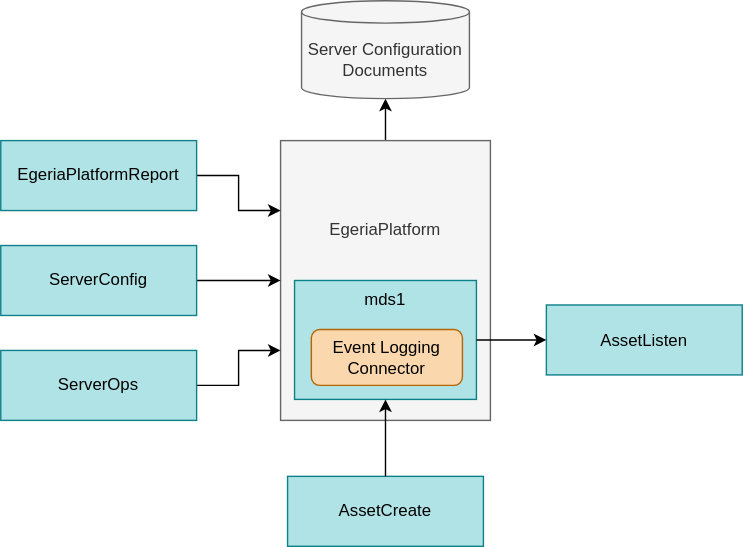
The draw.io diagram site/docs/education/egeria-dojo/developer/developer-dojo-architecture-5.svg in odpi/egeria-docs, before a commit. Source tidied: cells renumbered, new cells last; positions are measured from the earlier drawing's top-left corner, leaving out a move shared by most shapes. The source it was exported from:
```xml
<mxGraphModel>
  <root>
    <mxCell id="0" />
    <mxCell id="1" parent="0" />
    <mxCell id="2" value="AssetListen" style="rounded=0;whiteSpace=wrap;html=1;fillColor=#b0e3e6;strokeColor=#0e8088;" parent="1" vertex="1">
      <mxGeometry x="390" y="217.5" width="140" height="50" as="geometry" />
    </mxCell>
    <mxCell id="3" value="AssetCreate" style="rounded=0;whiteSpace=wrap;html=1;fillColor=#b0e3e6;strokeColor=#0e8088;" parent="1" vertex="1">
      <mxGeometry x="205" y="340" width="140" height="50" as="geometry" />
    </mxCell>
    <mxCell id="4" style="edgeStyle=orthogonalEdgeStyle;rounded=0;jettySize=auto;html=1;exitX=0.5;exitY=0;exitDx=0;exitDy=0;" parent="1" edge="1" source="5" target="13">
      <mxGeometry relative="1" as="geometry" />
    </mxCell>
    <mxCell id="5" value="EgeriaPlatform&lt;br&gt;&lt;br&gt;&lt;br&gt;&lt;br&gt;&lt;br&gt;&lt;br&gt;" style="rounded=0;whiteSpace=wrap;html=1;fillColor=#f5f5f5;strokeColor=#666666;fontColor=#333333;" parent="1" vertex="1">
      <mxGeometry x="200" y="100" width="150" height="200" as="geometry" />
    </mxCell>
    <mxCell id="6" style="edgeStyle=orthogonalEdgeStyle;rounded=0;jettySize=auto;html=1;" parent="1" edge="1" source="7" target="5">
      <mxGeometry relative="1" as="geometry" />
    </mxCell>
    <mxCell id="7" value="ServerConfig" style="rounded=0;whiteSpace=wrap;html=1;fillColor=#b0e3e6;strokeColor=#0e8088;" parent="1" vertex="1">
      <mxGeometry y="175" width="140" height="50" as="geometry" />
    </mxCell>
    <mxCell id="8" style="edgeStyle=orthogonalEdgeStyle;rounded=0;jettySize=auto;html=1;entryX=0;entryY=0.75;entryDx=0;entryDy=0;" parent="1" edge="1" source="9" target="5">
      <mxGeometry relative="1" as="geometry" />
    </mxCell>
    <mxCell id="9" value="ServerOps" style="rounded=0;whiteSpace=wrap;html=1;fillColor=#b0e3e6;strokeColor=#0e8088;" parent="1" vertex="1">
      <mxGeometry y="250" width="140" height="50" as="geometry" />
    </mxCell>
    <mxCell id="10" style="edgeStyle=orthogonalEdgeStyle;rounded=0;jettySize=auto;html=1;entryX=0;entryY=0.25;entryDx=0;entryDy=0;" parent="1" edge="1" source="11" target="5">
      <mxGeometry relative="1" as="geometry" />
    </mxCell>
    <mxCell id="11" value="EgeriaPlatformReport" style="rounded=0;whiteSpace=wrap;html=1;fillColor=#b0e3e6;strokeColor=#0e8088;" parent="1" vertex="1">
      <mxGeometry y="100" width="140" height="50" as="geometry" />
    </mxCell>
    <mxCell id="12" value="mds1" style="rounded=0;whiteSpace=wrap;html=1;fillColor=#b0e3e6;strokeColor=#0e8088;verticalAlign=top;" parent="1" vertex="1">
      <mxGeometry x="210" y="200" width="130" height="85" as="geometry" />
    </mxCell>
    <mxCell id="13" value="Server Configuration&lt;br&gt;Documents" style="shape=cylinder3;whiteSpace=wrap;html=1;boundedLbl=1;backgroundOutline=1;size=8;fillColor=#f5f5f5;fontColor=#333333;strokeColor=#666666;" parent="1" vertex="1">
      <mxGeometry x="215" width="120" height="70" as="geometry" />
    </mxCell>
    <mxCell id="14" style="edgeStyle=orthogonalEdgeStyle;rounded=0;jettySize=auto;html=1;" parent="1" edge="1" source="12" target="2">
      <mxGeometry relative="1" as="geometry" />
    </mxCell>
    <mxCell id="15" value="Event Logging&lt;br&gt;Connector" style="rounded=1;whiteSpace=wrap;html=1;fillColor=#fad7ac;strokeColor=#b46504;" parent="1" vertex="1">
      <mxGeometry x="222" y="235" width="108" height="40" as="geometry" />
    </mxCell>
    <mxCell id="16" style="edgeStyle=orthogonalEdgeStyle;rounded=0;jettySize=auto;html=1;entryX=0.5;entryY=1;entryDx=0;entryDy=0;" parent="1" edge="1" source="3" target="12">
      <mxGeometry relative="1" as="geometry" />
    </mxCell>
  </root>
</mxGraphModel>
```
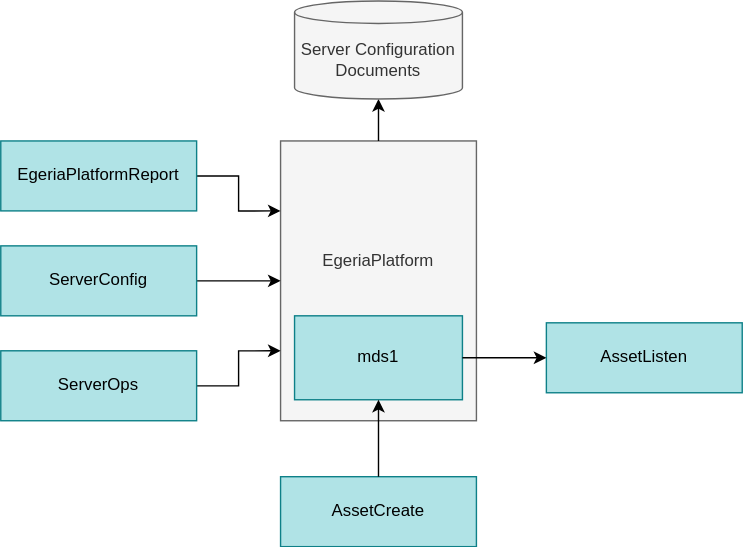
After the commit.

Diff of the diagram source:
```diff
@@ -3,49 +3,46 @@
     <mxCell id="0" />
     <mxCell id="1" parent="0" />
     <mxCell id="2" value="AssetListen" style="rounded=0;whiteSpace=wrap;html=1;fillColor=#b0e3e6;strokeColor=#0e8088;" parent="1" vertex="1">
-      <mxGeometry x="390" y="217.5" width="140" height="50" as="geometry" />
+      <mxGeometry x="370" y="226.2" width="140" height="50" as="geometry" />
     </mxCell>
     <mxCell id="3" value="AssetCreate" style="rounded=0;whiteSpace=wrap;html=1;fillColor=#b0e3e6;strokeColor=#0e8088;" parent="1" vertex="1">
-      <mxGeometry x="205" y="340" width="140" height="50" as="geometry" />
+      <mxGeometry x="180" y="336.2" width="140" height="50" as="geometry" />
     </mxCell>
-    <mxCell id="4" style="edgeStyle=orthogonalEdgeStyle;rounded=0;jettySize=auto;html=1;exitX=0.5;exitY=0;exitDx=0;exitDy=0;" parent="1" edge="1" source="5" target="13">
-      <mxGeometry relative="1" as="geometry" />
+    <mxCell id="4" value="EgeriaPlatform&lt;br&gt;&lt;br&gt;&lt;br&gt;" style="rounded=0;whiteSpace=wrap;html=1;fillColor=#f5f5f5;strokeColor=#666666;fontColor=#333333;" parent="1" vertex="1">
+      <mxGeometry x="180" y="96.2" width="140" height="200" as="geometry" />
     </mxCell>
-    <mxCell id="5" value="EgeriaPlatform&lt;br&gt;&lt;br&gt;&lt;br&gt;&lt;br&gt;&lt;br&gt;&lt;br&gt;" style="rounded=0;whiteSpace=wrap;html=1;fillColor=#f5f5f5;strokeColor=#666666;fontColor=#333333;" parent="1" vertex="1">
-      <mxGeometry x="200" y="100" width="150" height="200" as="geometry" />
+    <mxCell id="5" style="edgeStyle=orthogonalEdgeStyle;rounded=0;jettySize=auto;html=1;" parent="1" edge="1" source="6" target="4">
+      <mxGeometry relative="1" as="geometry" />
     </mxCell>
-    <mxCell id="6" style="edgeStyle=orthogonalEdgeStyle;rounded=0;jettySize=auto;html=1;" parent="1" edge="1" source="7" target="5">
-      <mxGeometry relative="1" as="geometry" />
+    <mxCell id="6" value="ServerConfig" style="rounded=0;whiteSpace=wrap;html=1;fillColor=#b0e3e6;strokeColor=#0e8088;" parent="1" vertex="1">
+      <mxGeometry x="-20" y="171.2" width="140" height="50" as="geometry" />
     </mxCell>
-    <mxCell id="7" value="ServerConfig" style="rounded=0;whiteSpace=wrap;html=1;fillColor=#b0e3e6;strokeColor=#0e8088;" parent="1" vertex="1">
-      <mxGeometry y="175" width="140" height="50" as="geometry" />
+    <mxCell id="7" style="edgeStyle=orthogonalEdgeStyle;rounded=0;jettySize=auto;html=1;entryX=0;entryY=0.75;entryDx=0;entryDy=0;" parent="1" edge="1" source="8" target="4">
+      <mxGeometry relative="1" as="geometry" />
     </mxCell>
-    <mxCell id="8" style="edgeStyle=orthogonalEdgeStyle;rounded=0;jettySize=auto;html=1;entryX=0;entryY=0.75;entryDx=0;entryDy=0;" parent="1" edge="1" source="9" target="5">
-      <mxGeometry relative="1" as="geometry" />
+    <mxCell id="8" value="ServerOps" style="rounded=0;whiteSpace=wrap;html=1;fillColor=#b0e3e6;strokeColor=#0e8088;" parent="1" vertex="1">
+      <mxGeometry x="-20" y="246.2" width="140" height="50" as="geometry" />
     </mxCell>
-    <mxCell id="9" value="ServerOps" style="rounded=0;whiteSpace=wrap;html=1;fillColor=#b0e3e6;strokeColor=#0e8088;" parent="1" vertex="1">
-      <mxGeometry y="250" width="140" height="50" as="geometry" />
+    <mxCell id="9" style="edgeStyle=orthogonalEdgeStyle;rounded=0;jettySize=auto;html=1;entryX=0;entryY=0.25;entryDx=0;entryDy=0;" parent="1" edge="1" source="10" target="4">
+      <mxGeometry relative="1" as="geometry" />
     </mxCell>
-    <mxCell id="10" style="edgeStyle=orthogonalEdgeStyle;rounded=0;jettySize=auto;html=1;entryX=0;entryY=0.25;entryDx=0;entryDy=0;" parent="1" edge="1" source="11" target="5">
-      <mxGeometry relative="1" as="geometry" />
+    <mxCell id="10" value="EgeriaPlatformReport" style="rounded=0;whiteSpace=wrap;html=1;fillColor=#b0e3e6;strokeColor=#0e8088;" parent="1" vertex="1">
+      <mxGeometry x="-20" y="96.2" width="140" height="50" as="geometry" />
     </mxCell>
-    <mxCell id="11" value="EgeriaPlatformReport" style="rounded=0;whiteSpace=wrap;html=1;fillColor=#b0e3e6;strokeColor=#0e8088;" parent="1" vertex="1">
-      <mxGeometry y="100" width="140" height="50" as="geometry" />
+    <mxCell id="11" value="mds1" style="rounded=0;whiteSpace=wrap;html=1;fillColor=#b0e3e6;strokeColor=#0e8088;" parent="1" vertex="1">
+      <mxGeometry x="190" y="221.2" width="120" height="60" as="geometry" />
     </mxCell>
-    <mxCell id="12" value="mds1" style="rounded=0;whiteSpace=wrap;html=1;fillColor=#b0e3e6;strokeColor=#0e8088;verticalAlign=top;" parent="1" vertex="1">
-      <mxGeometry x="210" y="200" width="130" height="85" as="geometry" />
+    <mxCell id="12" style="edgeStyle=orthogonalEdgeStyle;rounded=0;jettySize=auto;html=1;exitX=0.5;exitY=0;exitDx=0;exitDy=0;" parent="1" edge="1" source="4" target="13">
+      <mxGeometry relative="1" as="geometry" />
     </mxCell>
     <mxCell id="13" value="Server Configuration&lt;br&gt;Documents" style="shape=cylinder3;whiteSpace=wrap;html=1;boundedLbl=1;backgroundOutline=1;size=8;fillColor=#f5f5f5;fontColor=#333333;strokeColor=#666666;" parent="1" vertex="1">
-      <mxGeometry x="215" width="120" height="70" as="geometry" />
+      <mxGeometry x="190" y="-3.8" width="120" height="70" as="geometry" />
     </mxCell>
-    <mxCell id="14" style="edgeStyle=orthogonalEdgeStyle;rounded=0;jettySize=auto;html=1;" parent="1" edge="1" source="12" target="2">
+    <mxCell id="14" style="edgeStyle=orthogonalEdgeStyle;rounded=0;jettySize=auto;html=1;" parent="1" edge="1" source="11" target="2">
       <mxGeometry relative="1" as="geometry" />
     </mxCell>
-    <mxCell id="15" value="Event Logging&lt;br&gt;Connector" style="rounded=1;whiteSpace=wrap;html=1;fillColor=#fad7ac;strokeColor=#b46504;" parent="1" vertex="1">
-      <mxGeometry x="222" y="235" width="108" height="40" as="geometry" />
+    <mxCell id="15" style="edgeStyle=orthogonalEdgeStyle;rounded=0;jettySize=auto;html=1;entryX=0.5;entryY=1;entryDx=0;entryDy=0;" parent="1" edge="1" source="3" target="11">
+      <mxGeometry relative="1" as="geometry" />
     </mxCell>
-    <mxCell id="16" style="edgeStyle=orthogonalEdgeStyle;rounded=0;jettySize=auto;html=1;entryX=0.5;entryY=1;entryDx=0;entryDy=0;" parent="1" edge="1" source="3" target="12">
-      <mxGeometry relative="1" as="geometry" />
-    </mxCell>
   </root>
 </mxGraphModel>
```
